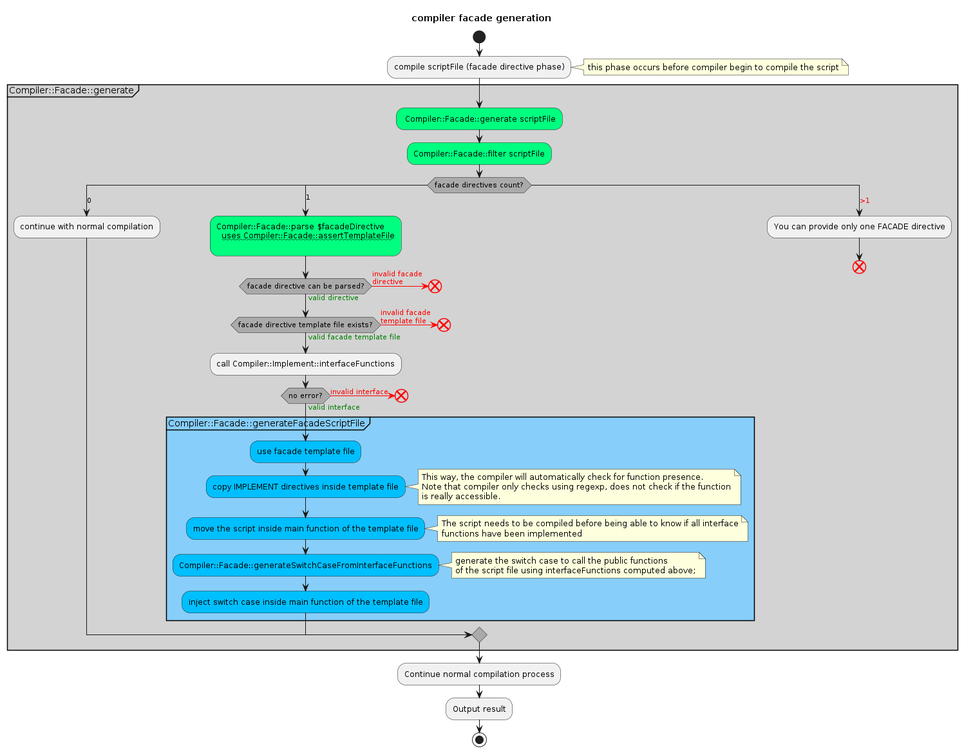
This is images/compilerFacadeDirective.png from fchastanet/bash-tools-framework, a PlantUML export, as it was before one commit.
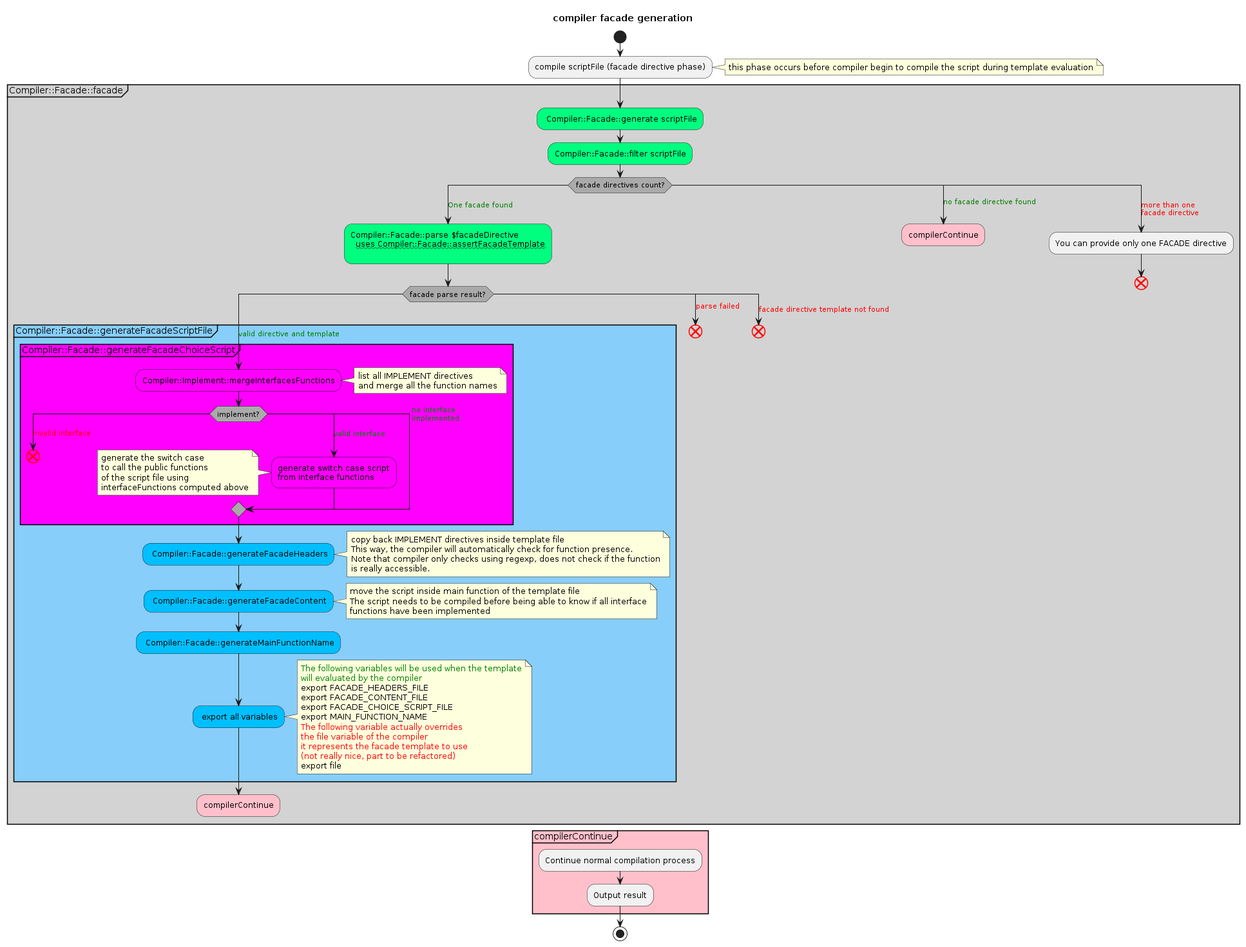
The same diagram one commit later.

Commit message:
updated Facade activity diagram

The edit, as a diff of the source:
```diff
@@ -4,67 +4,95 @@
   activityDiamondBackgroundColor #AAAAAA
   activityEndColor #red
 }
+
 start
 
 :compile scriptFile (facade directive phase);
-note right: this phase occurs before compiler begin to compile the script
+note right: this phase occurs before compiler begin to compile the script during template evaluation
 
-partition Compiler::Facade::generate #LightGray {
+partition Compiler::Facade::facade #LightGray {
 
   #SpringGreen: Compiler::Facade::generate scriptFile;
 
   #SpringGreen:Compiler::Facade::filter scriptFile;
   switch (facade directives count?)
-  case (0)
-    -[#green]->
-    :continue with normal compilation;
-  case (1)
+  case (<color:green>One facade found)
     -[#green]->
     #SpringGreen:Compiler::Facade::parse $facadeDirective
-      ~~uses Compiler::Facade::assertTemplateFile~~
+      ~~uses Compiler::Facade::assertFacadeTemplate~~
     ;
-    if (facade directive can be parsed?) is (<color:green>valid directive) then
-      -[#green]->
-    else (<color:red>invalid facade\n<color:red>directive)
+    switch (facade parse result?)
+    case (<color:green>valid directive and template)
+      partition Compiler::Facade::generateFacadeScriptFile #LightSkyBlue {
+        partition Compiler::Facade::generateFacadeChoiceScript #Magenta {
+          #Magenta:Compiler::Implement::mergeInterfacesFunctions;
+          note right
+            list all IMPLEMENT directives
+            and merge all the function names
+          endnote
+          switch (implement?)
+          case (<color:red>invalid interface)
+            -[#red]->
+            end
+          case (<color:green>valid interface)
+            -[#green]->
+            #Magenta:generate switch case script\nfrom interface functions;
+            note left
+              generate the switch case
+              to call the public functions
+              of the script file using
+              interfaceFunctions computed above
+            endnote
+          case (<color:green>no interface\n<color:green>implemented)
+            -[#green]->
+          endswitch
+        }
+
+        #DeepSkyBlue: Compiler::Facade::generateFacadeHeaders;
+        note right
+          copy back IMPLEMENT directives inside template file
+          This way, the compiler will automatically check for function presence.
+          Note that compiler only checks using regexp, does not check if the function
+          is really accessible.
+        endnote
+
+        #DeepSkyBlue: Compiler::Facade::generateFacadeContent;
+        note right
+          move the script inside main function of the template file
+          The script needs to be compiled before being able to know if all interface
+          functions have been implemented
+        endnote
+
+        #DeepSkyBlue: Compiler::Facade::generateMainFunctionName;
+
+        #DeepSkyBlue: export all variables;
+        note right
+          <color:green>The following variables will be used when the template
+          <color:green>will evaluated by the compiler
+          export FACADE_HEADERS_FILE
+          export FACADE_CONTENT_FILE
+          export FACADE_CHOICE_SCRIPT_FILE
+          export MAIN_FUNCTION_NAME
+          <color:red>The following variable actually overrides
+          <color:red>the file variable of the compiler
+          <color:red>it represents the facade template to use
+          <color:red>(not really nice, part to be refactored)
+          export file
+        endnote
+      }
+      #pink:compilerContinue;
+      detach
+    case (<color:red>parse failed)
       -[#red]->
       end
-    endif
-    if (facade directive template file exists?) is (<color:green>valid facade template file) then
-      -[#green]->
-    else (<color:red>invalid facade\n<color:red>template file)
+    case (<color:red>facade directive template not found)
       -[#red]->
       end
-    endif
-
-    :call Compiler::Implement::interfaceFunctions;
-    if (no error?) is (<color:green>valid interface) then
-      -[#green]->
-    else (<color:red>invalid interface)
-      -[#red]->
-      end
-    endif
-
-    partition Compiler::Facade::generateFacadeScriptFile #LightSkyBlue {
-      #DeepSkyBlue:use facade template file;
-      #DeepSkyBlue:copy IMPLEMENT directives inside template file;
-      note right
-        This way, the compiler will automatically check for function presence.
-        Note that compiler only checks using regexp, does not check if the function
-        is really accessible.
-      endnote
-      #DeepSkyBlue:move the script inside main function of the template file;
-      note right
-        The script needs to be compiled before being able to know if all interface
-        functions have been implemented
-      endnote
-      #DeepSkyBlue:Compiler::Facade::generateSwitchCaseFromInterfaceFunctions;
-      note right
-        generate the switch case to call the public functions
-        of the script file using interfaceFunctions computed above;
-      endnote
-      #DeepSkyBlue:inject switch case inside main function of the template file;
-    }
-  case(<color:red>>1)
+    endswitch
+  case (<color:green>no facade directive found)
+    #pink:compilerContinue;
+    detach
+  case(<color:red>more than one\n<color:red>facade directive)
     -[#red]->
     :You can provide only one FACADE directive;
     end
@@ -72,9 +100,10 @@
 
 }
 
-:Continue normal compilation process;
-
-:Output result;
+partition "compilerContinue" #pink {
+  :Continue normal compilation process;
+  :Output result;
+}
 
 stop
 @enduml
```
